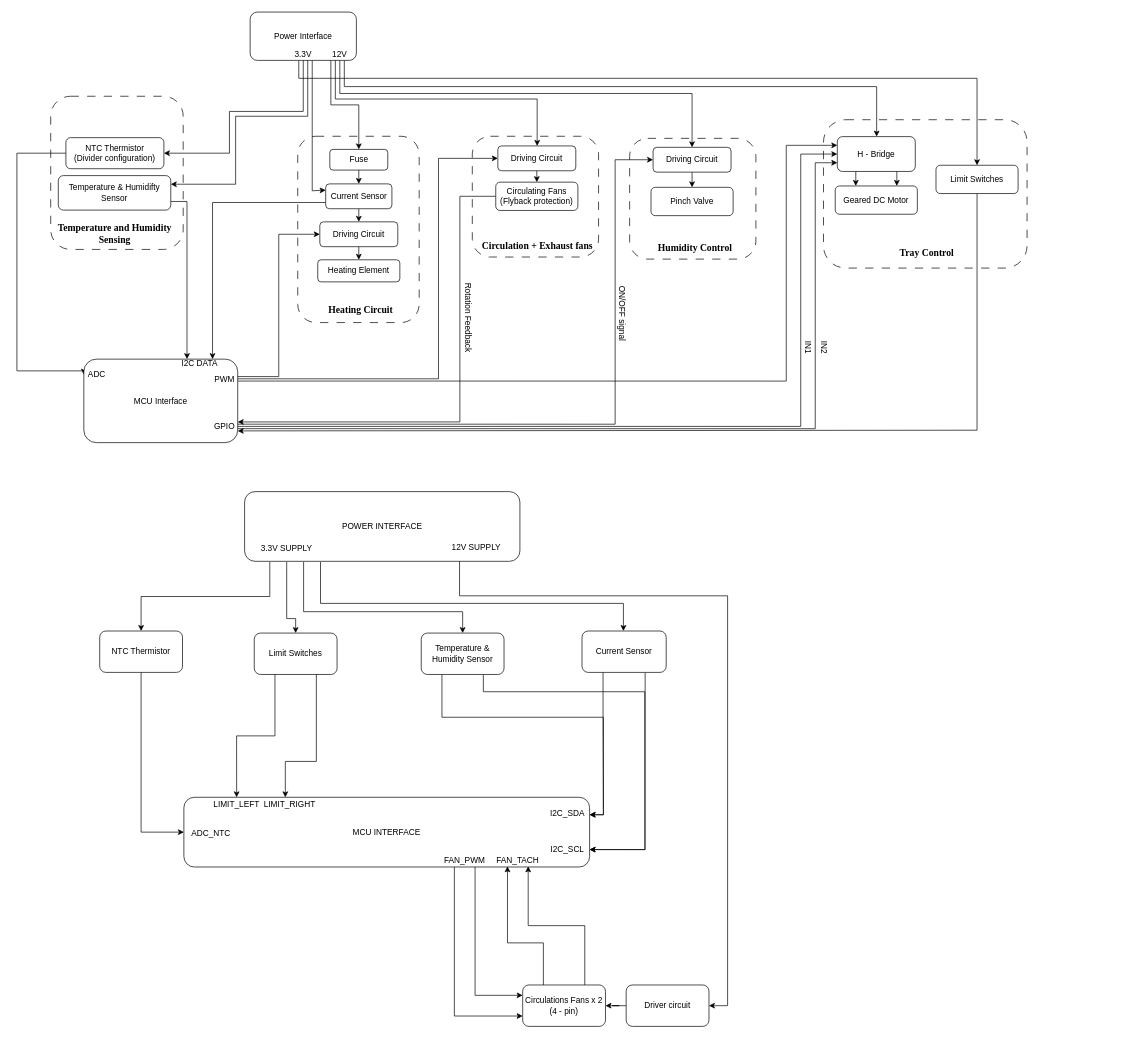
Earlier version of the draw.io diagram docs/Temp & humidity control.drawio (musyani-io/solar-powered-incubator). Source tidied: cells renumbered, new cells numbered last; positions are measured from the earlier drawing's top-left corner, leaving out a move shared by most shapes. Both pictures are drawn from the tidied source at 69%, with x=0, y=0 at pixel (17, 12).
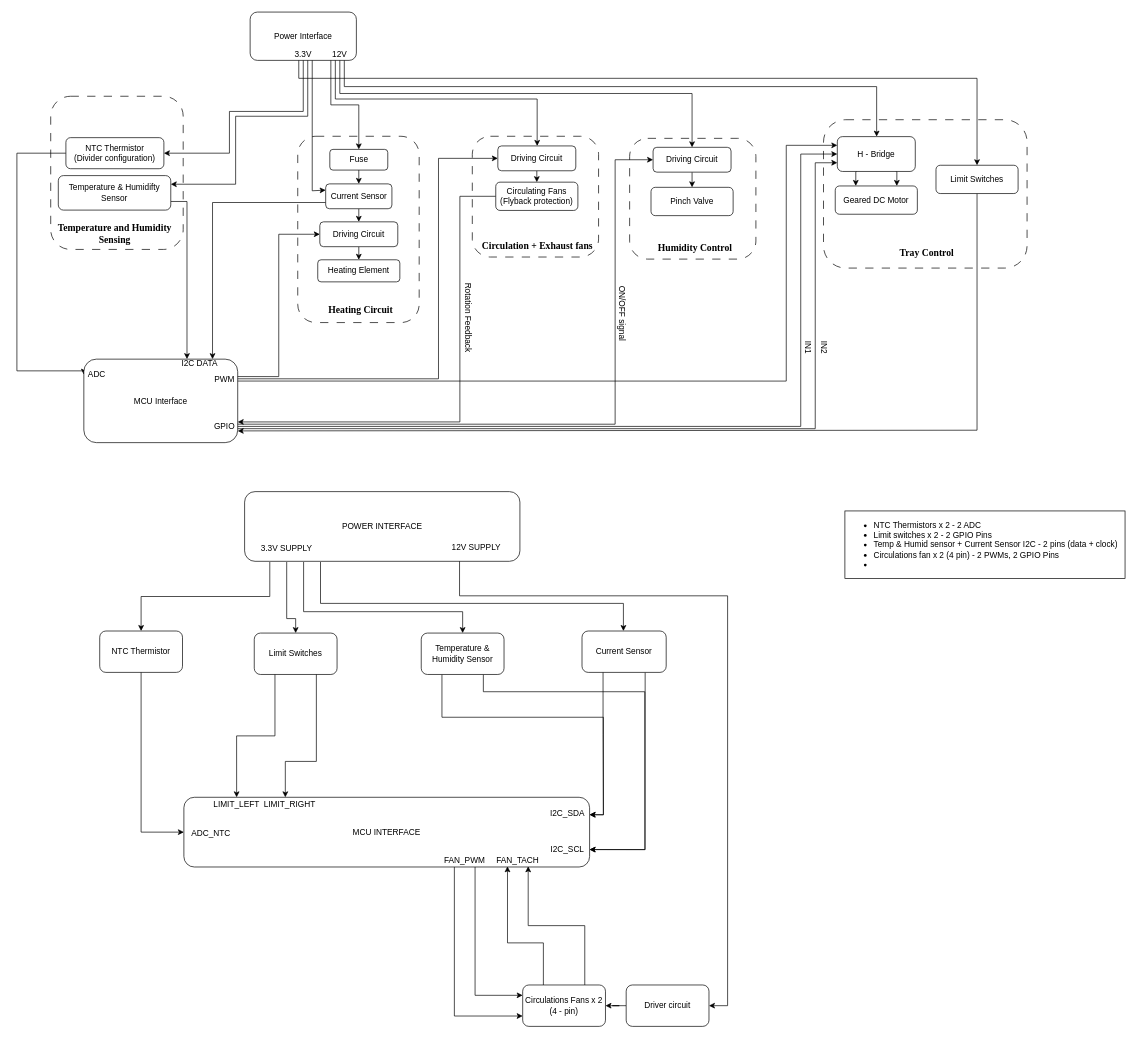
The same page after the edit.

Commit message:
docs: defined interfaces

The edit, as a diff of the source:
```diff
@@
+    <mxCell id="97" value="&lt;div&gt;&lt;ul&gt;&lt;li&gt;NTC Thermistors x 2 - 2 ADC&lt;/li&gt;&lt;li&gt;Limit switches x 2 - 2 GPIO Pins&lt;/li&gt;&lt;li&gt;&lt;div&gt;Temp &amp;amp; Humid sensor + Current Sensor I2C - 2 pins (data + clock)&lt;/div&gt;&lt;/li&gt;&lt;li&gt;&lt;div&gt;Circulations fan x 2 (4 pin) - 2 PWMs, 2 GPIO Pins&lt;/div&gt;&lt;/li&gt;&lt;li&gt;&lt;div&gt;&lt;br&gt;&lt;/div&gt;&lt;/li&gt;&lt;/ul&gt;&lt;/div&gt;" style="html=1;align=left;whiteSpace=wrap;textShadow=0;labelPosition=center;verticalLabelPosition=middle;verticalAlign=middle;" parent="1" vertex="1">
+      <mxGeometry x="1200" y="723" width="406" height="98" as="geometry" />
+    </mxCell>
```
